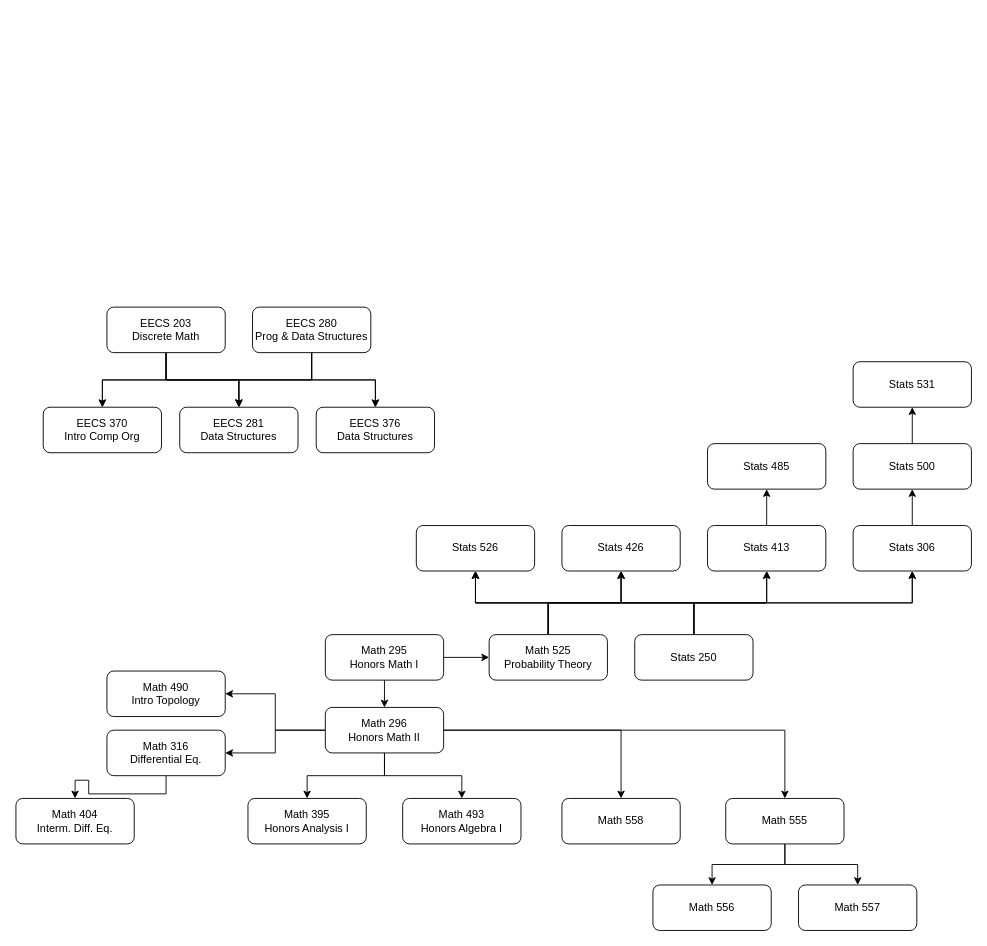
chrsdavis/Class-Flowchart keeps this draw.io diagram as Class_Flowchart.drawio. Above is the earlier version. Source tidied: cells renumbered, new cells numbered last; positions are measured from the earlier drawing's top-left corner, leaving out a move shared by most shapes. Both pictures are drawn from the tidied source at 91%, with x=0, y=0 at pixel (15, 307).
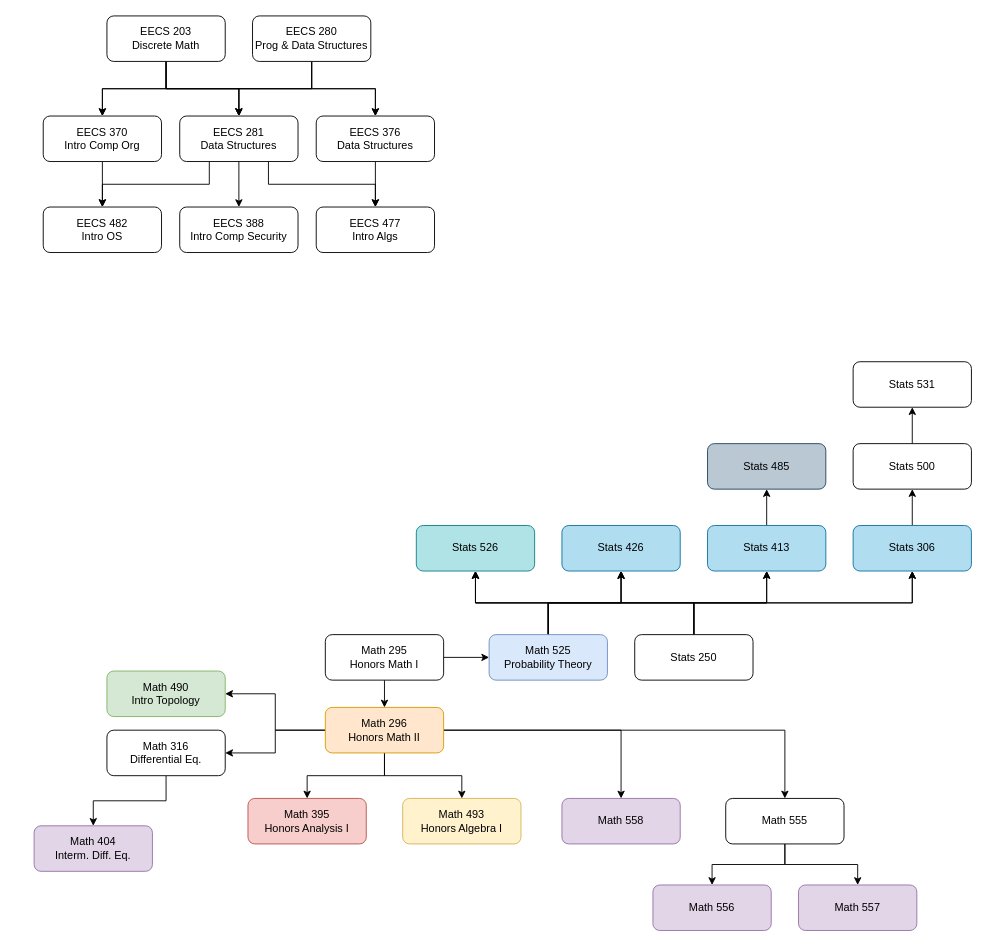
After the change.

What changed in the source:
```diff
@@
     <mxCell id="4" style="edgeStyle=orthogonalEdgeStyle;rounded=0;jettySize=auto;html=1;" parent="1" edge="1" source="5" target="12">
       <mxGeometry relative="1" as="geometry">
         <Array as="points">
-          <mxPoint x="325" y="80" />
-          <mxPoint x="95" y="80" />
+          <mxPoint x="325" y="-240" />
+          <mxPoint x="95" y="-240" />
         </Array>
       </mxGeometry>
     </mxCell>
     <mxCell id="5" value="EECS 280&lt;br&gt;Prog &amp;amp; Data Structures" style="rounded=1;whiteSpace=wrap;html=1;" parent="1" vertex="1">
-      <mxGeometry x="260" width="130" height="50" as="geometry" />
+      <mxGeometry x="260" y="-320" width="130" height="50" as="geometry" />
     </mxCell>
@@
     <mxCell id="9" style="edgeStyle=orthogonalEdgeStyle;rounded=0;jettySize=auto;html=1;entryX=0.5;entryY=0;entryDx=0;entryDy=0;" parent="1" edge="1" source="10" target="13">
       <mxGeometry relative="1" as="geometry">
         <Array as="points">
-          <mxPoint x="165" y="80" />
-          <mxPoint x="395" y="80" />
+          <mxPoint x="165" y="-240" />
+          <mxPoint x="395" y="-240" />
         </Array>
       </mxGeometry>
     </mxCell>
     <mxCell id="10" value="EECS 203&lt;br&gt;Discrete Math" style="rounded=1;whiteSpace=wrap;html=1;" parent="1" vertex="1">
-      <mxGeometry x="100" width="130" height="50" as="geometry" />
+      <mxGeometry x="100" y="-320" width="130" height="50" as="geometry" />
     </mxCell>
+    <mxCell id="58" style="edgeStyle=orthogonalEdgeStyle;rounded=0;jettySize=auto;html=1;entryX=0.5;entryY=0;entryDx=0;entryDy=0;" parent="1" edge="1" source="11" target="65">
+      <mxGeometry relative="1" as="geometry" />
+    </mxCell>
+    <mxCell id="59" style="edgeStyle=orthogonalEdgeStyle;rounded=0;jettySize=auto;html=1;exitX=0.25;exitY=1;exitDx=0;exitDy=0;entryX=0.5;entryY=0;entryDx=0;entryDy=0;" parent="1" edge="1" source="11" target="64">
+      <mxGeometry relative="1" as="geometry" />
+    </mxCell>
+    <mxCell id="60" style="edgeStyle=orthogonalEdgeStyle;rounded=0;jettySize=auto;html=1;exitX=0.75;exitY=1;exitDx=0;exitDy=0;entryX=0.5;entryY=0;entryDx=0;entryDy=0;" parent="1" edge="1" source="11" target="63">
+      <mxGeometry relative="1" as="geometry" />
+    </mxCell>
     <mxCell id="11" value="EECS 281&lt;br&gt;Data Structures" style="rounded=1;whiteSpace=wrap;html=1;" parent="1" vertex="1">
-      <mxGeometry x="180" y="110" width="130" height="50" as="geometry" />
+      <mxGeometry x="180" y="-210" width="130" height="50" as="geometry" />
     </mxCell>
+    <mxCell id="61" style="edgeStyle=orthogonalEdgeStyle;rounded=0;jettySize=auto;html=1;exitX=0.5;exitY=1;exitDx=0;exitDy=0;entryX=0.5;entryY=0;entryDx=0;entryDy=0;" parent="1" edge="1" source="12" target="64">
+      <mxGeometry relative="1" as="geometry" />
+    </mxCell>
     <mxCell id="12" value="EECS 370&lt;br&gt;Intro Comp Org" style="rounded=1;whiteSpace=wrap;html=1;" parent="1" vertex="1">
-      <mxGeometry x="30" y="110" width="130" height="50" as="geometry" />
+      <mxGeometry x="30" y="-210" width="130" height="50" as="geometry" />
     </mxCell>
+    <mxCell id="62" style="edgeStyle=orthogonalEdgeStyle;rounded=0;jettySize=auto;html=1;exitX=0.5;exitY=1;exitDx=0;exitDy=0;" parent="1" edge="1" source="13" target="63">
+      <mxGeometry relative="1" as="geometry" />
+    </mxCell>
     <mxCell id="13" value="EECS 376&lt;br&gt;Data Structures" style="rounded=1;whiteSpace=wrap;html=1;" parent="1" vertex="1">
-      <mxGeometry x="330" y="110" width="130" height="50" as="geometry" />
+      <mxGeometry x="330" y="-210" width="130" height="50" as="geometry" />
     </mxCell>
@@
-    <mxCell id="23" value="Math 296&lt;br&gt;Honors Math II" style="rounded=1;whiteSpace=wrap;html=1;" parent="1" vertex="1">
+    <mxCell id="23" value="Math 296&lt;br&gt;Honors Math II" style="rounded=1;whiteSpace=wrap;html=1;fillColor=#ffe6cc;strokeColor=#d79b00;" parent="1" vertex="1">
       <mxGeometry x="340" y="439.9" width="130" height="50" as="geometry" />
     </mxCell>
-    <mxCell id="24" value="Math 395&lt;br&gt;Honors Analysis I" style="rounded=1;whiteSpace=wrap;html=1;" parent="1" vertex="1">
+    <mxCell id="24" value="Math 395&lt;br&gt;Honors Analysis I" style="rounded=1;whiteSpace=wrap;html=1;fillColor=#f8cecc;strokeColor=#b85450;" parent="1" vertex="1">
       <mxGeometry x="255" y="539.9" width="130" height="50" as="geometry" />
     </mxCell>
@@
-    <mxCell id="31" value="Math 525&lt;br&gt;Probability Theory" style="rounded=1;whiteSpace=wrap;html=1;" parent="1" vertex="1">
+    <mxCell id="31" value="Math 525&lt;br&gt;Probability Theory" style="rounded=1;whiteSpace=wrap;html=1;fillColor=#dae8fc;strokeColor=#6c8ebf;" parent="1" vertex="1">
       <mxGeometry x="520" y="359.9" width="130" height="50" as="geometry" />
     </mxCell>
-    <mxCell id="32" value="Math 490&lt;br&gt;Intro Topology" style="rounded=1;whiteSpace=wrap;html=1;" parent="1" vertex="1">
+    <mxCell id="32" value="Math 490&lt;br&gt;Intro Topology" style="rounded=1;whiteSpace=wrap;html=1;fillColor=#d5e8d4;strokeColor=#82b366;" parent="1" vertex="1">
       <mxGeometry x="100" y="399.9" width="130" height="50" as="geometry" />
     </mxCell>
@@
-    <mxCell id="35" value="Math 404&lt;br&gt;Interm. Diff. Eq." style="rounded=1;whiteSpace=wrap;html=1;" parent="1" vertex="1">
-      <mxGeometry y="539.9" width="130" height="50" as="geometry" />
+    <mxCell id="35" value="Math 404&lt;br&gt;Interm. Diff. Eq." style="rounded=1;whiteSpace=wrap;html=1;fillColor=#e1d5e7;strokeColor=#9673a6;" parent="1" vertex="1">
+      <mxGeometry x="20" y="570" width="130" height="50" as="geometry" />
     </mxCell>
-    <mxCell id="36" value="Math 493&lt;br&gt;Honors Algebra I" style="rounded=1;whiteSpace=wrap;html=1;" parent="1" vertex="1">
+    <mxCell id="36" value="Math 493&lt;br&gt;Honors Algebra I" style="rounded=1;whiteSpace=wrap;html=1;fillColor=#fff2cc;strokeColor=#d6b656;" parent="1" vertex="1">
       <mxGeometry x="425" y="539.9" width="130" height="50" as="geometry" />
     </mxCell>
-    <mxCell id="37" value="Stats 426" style="rounded=1;whiteSpace=wrap;html=1;" parent="1" vertex="1">
+    <mxCell id="37" value="Stats 426" style="rounded=1;whiteSpace=wrap;html=1;fillColor=#b1ddf0;strokeColor=#10739e;" parent="1" vertex="1">
       <mxGeometry x="600" y="240" width="130" height="50" as="geometry" />
     </mxCell>
@@
-    <mxCell id="43" value="Stats 526" style="rounded=1;whiteSpace=wrap;html=1;" parent="1" vertex="1">
+    <mxCell id="43" value="Stats 526" style="rounded=1;whiteSpace=wrap;html=1;fillColor=#b0e3e6;strokeColor=#0e8088;" parent="1" vertex="1">
       <mxGeometry x="440" y="240" width="130" height="50" as="geometry" />
     </mxCell>
@@
-    <mxCell id="45" value="Stats 413" style="rounded=1;whiteSpace=wrap;html=1;" parent="1" vertex="1">
+    <mxCell id="45" value="Stats 413" style="rounded=1;whiteSpace=wrap;html=1;fillColor=#b1ddf0;strokeColor=#10739e;" parent="1" vertex="1">
       <mxGeometry x="760" y="240" width="130" height="50" as="geometry" />
     </mxCell>
@@
-    <mxCell id="47" value="Stats 306" style="rounded=1;whiteSpace=wrap;html=1;" parent="1" vertex="1">
+    <mxCell id="47" value="Stats 306" style="rounded=1;whiteSpace=wrap;html=1;fillColor=#b1ddf0;strokeColor=#10739e;" parent="1" vertex="1">
       <mxGeometry x="920" y="240" width="130" height="50" as="geometry" />
     </mxCell>
-    <mxCell id="48" value="Stats 485" style="rounded=1;whiteSpace=wrap;html=1;" parent="1" vertex="1">
+    <mxCell id="48" value="Stats 485" style="rounded=1;whiteSpace=wrap;html=1;fillColor=#bac8d3;strokeColor=#23445d;" parent="1" vertex="1">
       <mxGeometry x="760" y="150" width="130" height="50" as="geometry" />
     </mxCell>
@@
-    <mxCell id="52" value="Math 558" style="rounded=1;whiteSpace=wrap;html=1;" parent="1" vertex="1">
+    <mxCell id="52" value="Math 558" style="rounded=1;whiteSpace=wrap;html=1;fillColor=#e1d5e7;strokeColor=#9673a6;" parent="1" vertex="1">
       <mxGeometry x="600" y="539.9" width="130" height="50" as="geometry" />
     </mxCell>
@@
-    <mxCell id="56" value="Math 556" style="rounded=1;whiteSpace=wrap;html=1;" parent="1" vertex="1">
+    <mxCell id="56" value="Math 556" style="rounded=1;whiteSpace=wrap;html=1;fillColor=#e1d5e7;strokeColor=#9673a6;" parent="1" vertex="1">
       <mxGeometry x="700" y="635" width="130" height="50" as="geometry" />
     </mxCell>
-    <mxCell id="57" value="Math 557" style="rounded=1;whiteSpace=wrap;html=1;" parent="1" vertex="1">
+    <mxCell id="57" value="Math 557" style="rounded=1;whiteSpace=wrap;html=1;fillColor=#e1d5e7;strokeColor=#9673a6;" parent="1" vertex="1">
       <mxGeometry x="860" y="635" width="130" height="50" as="geometry" />
     </mxCell>
+    <mxCell id="63" value="EECS 477&lt;br&gt;Intro Algs" style="rounded=1;whiteSpace=wrap;html=1;" parent="1" vertex="1">
+      <mxGeometry x="330" y="-110" width="130" height="50" as="geometry" />
+    </mxCell>
+    <mxCell id="64" value="EECS 482&lt;br&gt;Intro OS" style="rounded=1;whiteSpace=wrap;html=1;" parent="1" vertex="1">
+      <mxGeometry x="30" y="-110" width="130" height="50" as="geometry" />
+    </mxCell>
+    <mxCell id="65" value="EECS 388&lt;br&gt;Intro Comp Security" style="rounded=1;whiteSpace=wrap;html=1;" parent="1" vertex="1">
+      <mxGeometry x="180" y="-110" width="130" height="50" as="geometry" />
+    </mxCell>
```
